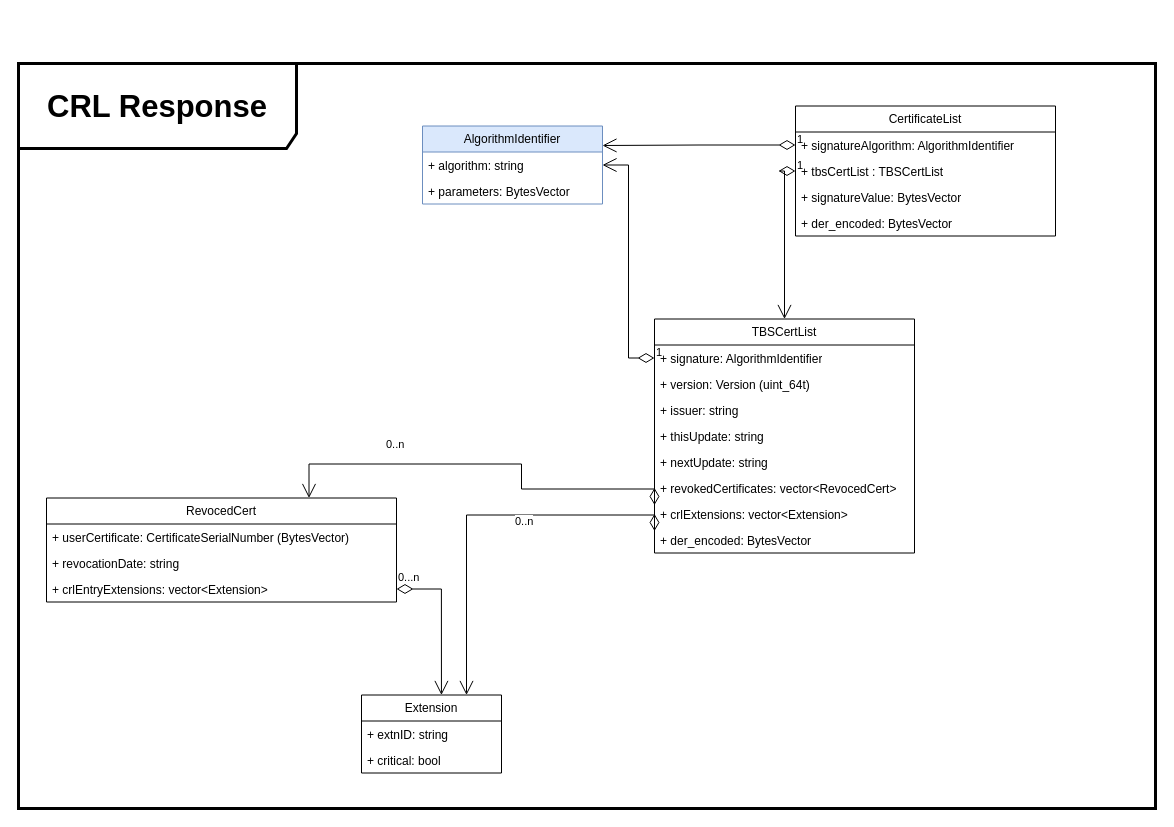
Above: page "CRL Response" (7 of 10) of basic_struct_draft.drawio in 3036662/pdf_scp (draw.io), before the change. Source tidied: cells renumbered, new cells numbered last; positions are measured from the earlier drawing's top-left corner, leaving out a move shared by most shapes. Both pictures are drawn from the tidied source at 100%, with x=0, y=0 at pixel (18, 63).
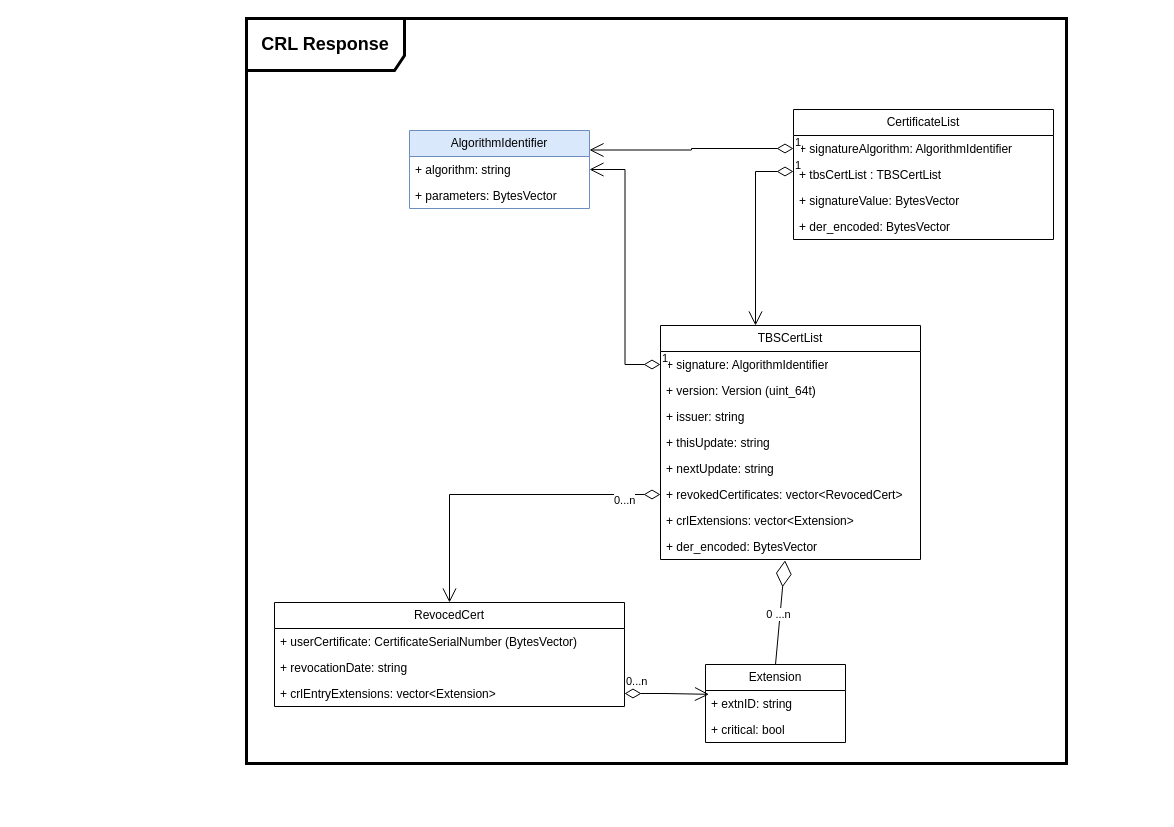
The same page after the edit.

Commit message:
Scale CRL Response to A4

What changed in the source:
```diff
@@
-    <mxCell id="2" value="&lt;font style=&quot;font-size: 31px;&quot;&gt;&lt;b&gt;CRL Response&lt;/b&gt;&lt;/font&gt;" style="shape=umlFrame;whiteSpace=wrap;html=1;width=278;height=85;strokeWidth=3;" parent="1" vertex="1">
-      <mxGeometry width="1137" height="745" as="geometry" />
+    <mxCell id="2" value="&lt;font size=&quot;1&quot;&gt;&lt;b style=&quot;font-size: 18px;&quot;&gt;CRL Response&lt;/b&gt;&lt;/font&gt;" style="shape=umlFrame;whiteSpace=wrap;html=1;width=158;height=52;strokeWidth=3;" parent="1" vertex="1">
+      <mxGeometry x="228" y="-45" width="820" height="745" as="geometry" />
     </mxCell>
     <mxCell id="3" value="AlgorithmIdentifier" style="swimlane;fontStyle=0;horizontal=1;startSize=26;fillColor=#dae8fc;whiteSpace=wrap;html=1;strokeColor=#6c8ebf;" parent="1" vertex="1">
-      <mxGeometry x="404" y="62.5" width="180" height="78" as="geometry" />
+      <mxGeometry x="391" y="67" width="180" height="78" as="geometry" />
     </mxCell>
-    <mxCell id="4" value="CertificateList" style="swimlane;fontStyle=0;horizontal=1;startSize=26;fillColor=none;whiteSpace=wrap;html=1;" parent="1" vertex="1">
-      <mxGeometry x="777" y="42.5" width="260" height="130" as="geometry" />
-    </mxCell>
-    <mxCell id="5" value="TBSCertList" style="swimlane;fontStyle=0;horizontal=1;startSize=26;fillColor=none;whiteSpace=wrap;html=1;" parent="1" vertex="1">
-      <mxGeometry x="636" y="255.5" width="260" height="234" as="geometry" />
-    </mxCell>
-    <mxCell id="6" value="1" style="endArrow=open;html=1;endSize=12;startArrow=diamondThin;startSize=14;startFill=0;edgeStyle=orthogonalEdgeStyle;align=left;verticalAlign=bottom;rounded=0;" parent="1" edge="1" source="17" target="5">
-      <mxGeometry x="-1" y="3" relative="1" as="geometry" />
-    </mxCell>
-    <mxCell id="7" value="1" style="endArrow=open;html=1;endSize=12;startArrow=diamondThin;startSize=14;startFill=0;edgeStyle=orthogonalEdgeStyle;align=left;verticalAlign=bottom;rounded=0;entryX=1;entryY=0.5;entryDx=0;entryDy=0;" parent="1" edge="1" source="20" target="14">
-      <mxGeometry x="-1" y="3" relative="1" as="geometry" />
-    </mxCell>
-    <mxCell id="8" value="RevocedCert" style="swimlane;fontStyle=0;horizontal=1;startSize=26;fillColor=none;whiteSpace=wrap;html=1;" parent="1" vertex="1">
-      <mxGeometry x="28" y="434.5" width="350" height="104" as="geometry" />
-    </mxCell>
-    <mxCell id="9" value="1" style="endArrow=open;html=1;endSize=12;startArrow=diamondThin;startSize=14;startFill=0;edgeStyle=orthogonalEdgeStyle;align=left;verticalAlign=bottom;rounded=0;entryX=1;entryY=0.25;entryDx=0;entryDy=0;exitX=0;exitY=0.5;exitDx=0;exitDy=0;" parent="1" edge="1" source="16" target="3">
-      <mxGeometry x="-1" y="3" relative="1" as="geometry" />
-    </mxCell>
-    <mxCell id="10" value="0..n" style="endArrow=open;html=1;endSize=12;startArrow=diamondThin;startSize=14;startFill=0;edgeStyle=orthogonalEdgeStyle;align=left;verticalAlign=bottom;rounded=0;exitX=0;exitY=0.5;exitDx=0;exitDy=0;entryX=0.75;entryY=0;entryDx=0;entryDy=0;" parent="1" edge="1" source="25" target="8">
-      <mxGeometry x="0.46" y="-11" relative="1" as="geometry">
-        <Array as="points">
-          <mxPoint x="503" y="425.5" />
-          <mxPoint x="503" y="400.5" />
-          <mxPoint x="291" y="400.5" />
-        </Array>
-      </mxGeometry>
-    </mxCell>
-    <mxCell id="11" value="Extension" style="swimlane;fontStyle=0;horizontal=1;startSize=26;fillColor=none;whiteSpace=wrap;html=1;" parent="1" vertex="1">
-      <mxGeometry x="343" y="631.5" width="140" height="78" as="geometry" />
-    </mxCell>
-    <mxCell id="12" value="0..n" style="endArrow=open;html=1;endSize=12;startArrow=diamondThin;startSize=14;startFill=0;edgeStyle=orthogonalEdgeStyle;align=left;verticalAlign=bottom;rounded=0;entryX=0.75;entryY=0;entryDx=0;entryDy=0;exitX=0;exitY=0.5;exitDx=0;exitDy=0;" parent="1" edge="1" source="26" target="11">
-      <mxGeometry x="-0.23" y="15" relative="1" as="geometry">
-        <Array as="points">
-          <mxPoint x="448" y="451.5" />
-        </Array>
-      </mxGeometry>
-    </mxCell>
-    <mxCell id="13" value="0...n" style="endArrow=open;html=1;endSize=12;startArrow=diamondThin;startSize=14;startFill=0;edgeStyle=orthogonalEdgeStyle;align=left;verticalAlign=bottom;rounded=0;entryX=0.571;entryY=0;entryDx=0;entryDy=0;entryPerimeter=0;exitX=1;exitY=0.5;exitDx=0;exitDy=0;" parent="1" edge="1" source="30" target="11">
-      <mxGeometry x="-1" y="3" relative="1" as="geometry" />
-    </mxCell>
-    <mxCell id="14" value="+ algorithm: string" style="text;strokeColor=none;fillColor=none;align=left;verticalAlign=top;spacingLeft=4;spacingRight=4;overflow=hidden;points=[[0,0.5],[1,0.5]];portConstraint=eastwest;whiteSpace=wrap;html=1;" parent="1" vertex="1">
-      <mxGeometry x="404" y="88.5" width="180" height="26" as="geometry" />
+    <mxCell id="14" value="+ algorithm: string" style="text;strokeColor=none;fillColor=none;align=left;verticalAlign=top;spacingLeft=4;spacingRight=4;overflow=hidden;points=[[0,0.5],[1,0.5]];portConstraint=eastwest;whiteSpace=wrap;html=1;" parent="3" vertex="1">
+      <mxGeometry y="26" width="180" height="26" as="geometry" />
     </mxCell>
-    <mxCell id="15" value="+ parameters: BytesVector" style="text;strokeColor=none;fillColor=none;align=left;verticalAlign=top;spacingLeft=4;spacingRight=4;overflow=hidden;whiteSpace=wrap;html=1;" parent="1" vertex="1">
-      <mxGeometry x="404" y="114.5" width="180" height="26" as="geometry" />
+    <mxCell id="15" value="+ parameters: BytesVector" style="text;strokeColor=none;fillColor=none;align=left;verticalAlign=top;spacingLeft=4;spacingRight=4;overflow=hidden;whiteSpace=wrap;html=1;" parent="3" vertex="1">
+      <mxGeometry y="52" width="180" height="26" as="geometry" />
     </mxCell>
+    <mxCell id="4" value="CertificateList" style="swimlane;fontStyle=0;horizontal=1;startSize=26;fillColor=none;whiteSpace=wrap;html=1;" parent="1" vertex="1">
+      <mxGeometry x="775" y="46" width="260" height="130" as="geometry" />
+    </mxCell>
-    <mxCell id="16" value="+ signatureAlgorithm: AlgorithmIdentifier" style="text;strokeColor=none;fillColor=none;align=left;verticalAlign=top;spacingLeft=4;spacingRight=4;overflow=hidden;points=[[0,0.5],[1,0.5]];portConstraint=eastwest;whiteSpace=wrap;html=1;" parent="1" vertex="1">
-      <mxGeometry x="777" y="68.5" width="260" height="26" as="geometry" />
+    <mxCell id="16" value="+ signatureAlgorithm: AlgorithmIdentifier" style="text;strokeColor=none;fillColor=none;align=left;verticalAlign=top;spacingLeft=4;spacingRight=4;overflow=hidden;points=[[0,0.5],[1,0.5]];portConstraint=eastwest;whiteSpace=wrap;html=1;" parent="4" vertex="1">
+      <mxGeometry y="26" width="260" height="26" as="geometry" />
     </mxCell>
-    <mxCell id="17" value="+ tbsCertList : TBSCertList" style="text;strokeColor=none;fillColor=none;align=left;verticalAlign=top;spacingLeft=4;spacingRight=4;overflow=hidden;points=[[0,0.5],[1,0.5]];portConstraint=eastwest;whiteSpace=wrap;html=1;" parent="1" vertex="1">
-      <mxGeometry x="777" y="94.5" width="260" height="26" as="geometry" />
+    <mxCell id="17" value="+ tbsCertList : TBSCertList" style="text;strokeColor=none;fillColor=none;align=left;verticalAlign=top;spacingLeft=4;spacingRight=4;overflow=hidden;points=[[0,0.5],[1,0.5]];portConstraint=eastwest;whiteSpace=wrap;html=1;" parent="4" vertex="1">
+      <mxGeometry y="52" width="260" height="26" as="geometry" />
     </mxCell>
-    <mxCell id="18" value="+ signatureValue: BytesVector" style="text;strokeColor=none;fillColor=none;align=left;verticalAlign=top;spacingLeft=4;spacingRight=4;overflow=hidden;whiteSpace=wrap;html=1;" parent="1" vertex="1">
-      <mxGeometry x="777" y="120.5" width="260" height="26" as="geometry" />
+    <mxCell id="18" value="+ signatureValue: BytesVector" style="text;strokeColor=none;fillColor=none;align=left;verticalAlign=top;spacingLeft=4;spacingRight=4;overflow=hidden;whiteSpace=wrap;html=1;" parent="4" vertex="1">
+      <mxGeometry y="78" width="260" height="26" as="geometry" />
     </mxCell>
-    <mxCell id="19" value="+ der_encoded: BytesVector" style="text;strokeColor=none;fillColor=none;align=left;verticalAlign=top;spacingLeft=4;spacingRight=4;overflow=hidden;whiteSpace=wrap;html=1;" parent="1" vertex="1">
-      <mxGeometry x="777" y="146.5" width="260" height="26" as="geometry" />
+    <mxCell id="19" value="+ der_encoded: BytesVector" style="text;strokeColor=none;fillColor=none;align=left;verticalAlign=top;spacingLeft=4;spacingRight=4;overflow=hidden;whiteSpace=wrap;html=1;" parent="4" vertex="1">
+      <mxGeometry y="104" width="260" height="26" as="geometry" />
     </mxCell>
+    <mxCell id="5" value="TBSCertList" style="swimlane;fontStyle=0;horizontal=1;startSize=26;fillColor=none;whiteSpace=wrap;html=1;" parent="1" vertex="1">
+      <mxGeometry x="642" y="262" width="260" height="234" as="geometry" />
+    </mxCell>
-    <mxCell id="20" value="+ signature: AlgorithmIdentifier" style="text;strokeColor=none;fillColor=none;align=left;verticalAlign=top;spacingLeft=4;spacingRight=4;overflow=hidden;points=[[0,0.5],[1,0.5]];portConstraint=eastwest;whiteSpace=wrap;html=1;" parent="1" vertex="1">
-      <mxGeometry x="636" y="281.5" width="260" height="26" as="geometry" />
+    <mxCell id="20" value="+ signature: AlgorithmIdentifier" style="text;strokeColor=none;fillColor=none;align=left;verticalAlign=top;spacingLeft=4;spacingRight=4;overflow=hidden;points=[[0,0.5],[1,0.5]];portConstraint=eastwest;whiteSpace=wrap;html=1;" parent="5" vertex="1">
+      <mxGeometry y="26" width="260" height="26" as="geometry" />
     </mxCell>
-    <mxCell id="21" value="+ version: Version (uint_64t)" style="text;strokeColor=none;fillColor=none;align=left;verticalAlign=top;spacingLeft=4;spacingRight=4;overflow=hidden;whiteSpace=wrap;html=1;" parent="1" vertex="1">
-      <mxGeometry x="636" y="307.5" width="260" height="26" as="geometry" />
+    <mxCell id="21" value="+ version: Version (uint_64t)" style="text;strokeColor=none;fillColor=none;align=left;verticalAlign=top;spacingLeft=4;spacingRight=4;overflow=hidden;whiteSpace=wrap;html=1;" parent="5" vertex="1">
+      <mxGeometry y="52" width="260" height="26" as="geometry" />
     </mxCell>
-    <mxCell id="22" value="+ issuer: string" style="text;strokeColor=none;fillColor=none;align=left;verticalAlign=top;spacingLeft=4;spacingRight=4;overflow=hidden;whiteSpace=wrap;html=1;" parent="1" vertex="1">
-      <mxGeometry x="636" y="333.5" width="260" height="26" as="geometry" />
+    <mxCell id="22" value="+ issuer: string" style="text;strokeColor=none;fillColor=none;align=left;verticalAlign=top;spacingLeft=4;spacingRight=4;overflow=hidden;whiteSpace=wrap;html=1;" parent="5" vertex="1">
+      <mxGeometry y="78" width="260" height="26" as="geometry" />
     </mxCell>
-    <mxCell id="23" value="+ thisUpdate: string" style="text;strokeColor=none;fillColor=none;align=left;verticalAlign=top;spacingLeft=4;spacingRight=4;overflow=hidden;whiteSpace=wrap;html=1;" parent="1" vertex="1">
-      <mxGeometry x="636" y="359.5" width="260" height="26" as="geometry" />
+    <mxCell id="23" value="+ thisUpdate: string" style="text;strokeColor=none;fillColor=none;align=left;verticalAlign=top;spacingLeft=4;spacingRight=4;overflow=hidden;whiteSpace=wrap;html=1;" parent="5" vertex="1">
+      <mxGeometry y="104" width="260" height="26" as="geometry" />
     </mxCell>
-    <mxCell id="24" value="+ nextUpdate: string" style="text;strokeColor=none;fillColor=none;align=left;verticalAlign=top;spacingLeft=4;spacingRight=4;overflow=hidden;whiteSpace=wrap;html=1;" parent="1" vertex="1">
-      <mxGeometry x="636" y="385.5" width="260" height="26" as="geometry" />
+    <mxCell id="24" value="+ nextUpdate: string" style="text;strokeColor=none;fillColor=none;align=left;verticalAlign=top;spacingLeft=4;spacingRight=4;overflow=hidden;whiteSpace=wrap;html=1;" parent="5" vertex="1">
+      <mxGeometry y="130" width="260" height="26" as="geometry" />
     </mxCell>
-    <mxCell id="25" value="+ revokedCertificates: vector&amp;lt;RevocedCert&amp;gt;" style="text;strokeColor=none;fillColor=none;align=left;verticalAlign=top;spacingLeft=4;spacingRight=4;overflow=hidden;points=[[0,0.5],[1,0.5]];portConstraint=eastwest;whiteSpace=wrap;html=1;" parent="1" vertex="1">
-      <mxGeometry x="636" y="411.5" width="260" height="26" as="geometry" />
+    <mxCell id="25" value="+ revokedCertificates: vector&amp;lt;RevocedCert&amp;gt;" style="text;strokeColor=none;fillColor=none;align=left;verticalAlign=top;spacingLeft=4;spacingRight=4;overflow=hidden;points=[[0,0.5],[1,0.5]];portConstraint=eastwest;whiteSpace=wrap;html=1;" parent="5" vertex="1">
+      <mxGeometry y="156" width="260" height="26" as="geometry" />
     </mxCell>
-    <mxCell id="26" value="+ crlExtensions: vector&amp;lt;Extension&amp;gt;" style="text;strokeColor=none;fillColor=none;align=left;verticalAlign=top;spacingLeft=4;spacingRight=4;overflow=hidden;points=[[0,0.5],[1,0.5]];portConstraint=eastwest;whiteSpace=wrap;html=1;" parent="1" vertex="1">
-      <mxGeometry x="636" y="437.5" width="260" height="26" as="geometry" />
+    <mxCell id="26" value="+ crlExtensions: vector&amp;lt;Extension&amp;gt;" style="text;strokeColor=none;fillColor=none;align=left;verticalAlign=top;spacingLeft=4;spacingRight=4;overflow=hidden;points=[[0,0.5],[1,0.5]];portConstraint=eastwest;whiteSpace=wrap;html=1;" parent="5" vertex="1">
+      <mxGeometry y="182" width="260" height="26" as="geometry" />
     </mxCell>
-    <mxCell id="27" value="+ der_encoded: BytesVector" style="text;strokeColor=none;fillColor=none;align=left;verticalAlign=top;spacingLeft=4;spacingRight=4;overflow=hidden;points=[[0,0.5],[1,0.5]];portConstraint=eastwest;whiteSpace=wrap;html=1;" parent="1" vertex="1">
-      <mxGeometry x="636" y="463.5" width="260" height="26" as="geometry" />
+    <mxCell id="27" value="+ der_encoded: BytesVector" style="text;strokeColor=none;fillColor=none;align=left;verticalAlign=top;spacingLeft=4;spacingRight=4;overflow=hidden;points=[[0,0.5],[1,0.5]];portConstraint=eastwest;whiteSpace=wrap;html=1;" parent="5" vertex="1">
+      <mxGeometry y="208" width="260" height="26" as="geometry" />
     </mxCell>
+    <mxCell id="6" value="1" style="endArrow=open;html=1;endSize=12;startArrow=diamondThin;startSize=14;startFill=0;edgeStyle=orthogonalEdgeStyle;align=left;verticalAlign=bottom;rounded=0;" parent="1" edge="1" source="17" target="5">
+      <mxGeometry x="-1" y="3" relative="1" as="geometry">
+        <Array as="points">
+          <mxPoint x="737" y="108" />
+        </Array>
+      </mxGeometry>
+    </mxCell>
+    <mxCell id="7" value="1" style="endArrow=open;html=1;endSize=12;startArrow=diamondThin;startSize=14;startFill=0;edgeStyle=orthogonalEdgeStyle;align=left;verticalAlign=bottom;rounded=0;entryX=1;entryY=0.5;entryDx=0;entryDy=0;" parent="1" edge="1" source="20" target="14">
+      <mxGeometry x="-1" y="3" relative="1" as="geometry" />
+    </mxCell>
+    <mxCell id="8" value="RevocedCert" style="swimlane;fontStyle=0;horizontal=1;startSize=26;fillColor=none;whiteSpace=wrap;html=1;" parent="1" vertex="1">
+      <mxGeometry x="256" y="539" width="350" height="104" as="geometry" />
+    </mxCell>
-    <mxCell id="28" value="+ userCertificate: CertificateSerialNumber (BytesVector)" style="text;strokeColor=none;fillColor=none;align=left;verticalAlign=top;spacingLeft=4;spacingRight=4;overflow=hidden;whiteSpace=wrap;html=1;" parent="1" vertex="1">
-      <mxGeometry x="28" y="460.5" width="350" height="26" as="geometry" />
+    <mxCell id="28" value="+ userCertificate: CertificateSerialNumber (BytesVector)" style="text;strokeColor=none;fillColor=none;align=left;verticalAlign=top;spacingLeft=4;spacingRight=4;overflow=hidden;whiteSpace=wrap;html=1;" parent="8" vertex="1">
+      <mxGeometry y="26" width="350" height="26" as="geometry" />
     </mxCell>
-    <mxCell id="29" value="+ revocationDate: string" style="text;strokeColor=none;fillColor=none;align=left;verticalAlign=top;spacingLeft=4;spacingRight=4;overflow=hidden;whiteSpace=wrap;html=1;" parent="1" vertex="1">
-      <mxGeometry x="28" y="486.5" width="350" height="26" as="geometry" />
+    <mxCell id="29" value="+ revocationDate: string" style="text;strokeColor=none;fillColor=none;align=left;verticalAlign=top;spacingLeft=4;spacingRight=4;overflow=hidden;whiteSpace=wrap;html=1;" parent="8" vertex="1">
+      <mxGeometry y="52" width="350" height="26" as="geometry" />
     </mxCell>
-    <mxCell id="30" value="+ crlEntryExtensions: vector&amp;lt;Extension&amp;gt;" style="text;strokeColor=none;fillColor=none;align=left;verticalAlign=top;spacingLeft=4;spacingRight=4;overflow=hidden;points=[[0,0.5],[1,0.5]];portConstraint=eastwest;whiteSpace=wrap;html=1;" parent="1" vertex="1">
-      <mxGeometry x="28" y="512.5" width="350" height="26" as="geometry" />
+    <mxCell id="30" value="+ crlEntryExtensions: vector&amp;lt;Extension&amp;gt;" style="text;strokeColor=none;fillColor=none;align=left;verticalAlign=top;spacingLeft=4;spacingRight=4;overflow=hidden;points=[[0,0.5],[1,0.5]];portConstraint=eastwest;whiteSpace=wrap;html=1;" parent="8" vertex="1">
+      <mxGeometry y="78" width="350" height="26" as="geometry" />
     </mxCell>
+    <mxCell id="9" value="1" style="endArrow=open;html=1;endSize=12;startArrow=diamondThin;startSize=14;startFill=0;edgeStyle=orthogonalEdgeStyle;align=left;verticalAlign=bottom;rounded=0;entryX=1;entryY=0.25;entryDx=0;entryDy=0;exitX=0;exitY=0.5;exitDx=0;exitDy=0;" parent="1" edge="1" source="16" target="3">
+      <mxGeometry x="-1" y="3" relative="1" as="geometry" />
+    </mxCell>
+    <mxCell id="11" value="Extension" style="swimlane;fontStyle=0;horizontal=1;startSize=26;fillColor=none;whiteSpace=wrap;html=1;" parent="1" vertex="1">
+      <mxGeometry x="687" y="601" width="140" height="78" as="geometry" />
+    </mxCell>
-    <mxCell id="31" value="+ extnID: string" style="text;strokeColor=none;fillColor=none;align=left;verticalAlign=top;spacingLeft=4;spacingRight=4;overflow=hidden;points=[[0,0.5],[1,0.5]];portConstraint=eastwest;whiteSpace=wrap;html=1;" parent="1" vertex="1">
-      <mxGeometry x="343" y="657.5" width="140" height="26" as="geometry" />
+    <mxCell id="31" value="+ extnID: string" style="text;strokeColor=none;fillColor=none;align=left;verticalAlign=top;spacingLeft=4;spacingRight=4;overflow=hidden;points=[[0,0.5],[1,0.5]];portConstraint=eastwest;whiteSpace=wrap;html=1;" parent="11" vertex="1">
+      <mxGeometry y="26" width="140" height="26" as="geometry" />
     </mxCell>
-    <mxCell id="32" value="+ critical: bool" style="text;strokeColor=none;fillColor=none;align=left;verticalAlign=top;spacingLeft=4;spacingRight=4;overflow=hidden;whiteSpace=wrap;html=1;" parent="1" vertex="1">
-      <mxGeometry x="343" y="683.5" width="140" height="26" as="geometry" />
+    <mxCell id="32" value="+ critical: bool" style="text;strokeColor=none;fillColor=none;align=left;verticalAlign=top;spacingLeft=4;spacingRight=4;overflow=hidden;whiteSpace=wrap;html=1;" parent="11" vertex="1">
+      <mxGeometry y="52" width="140" height="26" as="geometry" />
     </mxCell>
+    <mxCell id="13" value="0...n" style="endArrow=open;html=1;endSize=12;startArrow=diamondThin;startSize=14;startFill=0;edgeStyle=orthogonalEdgeStyle;align=left;verticalAlign=bottom;rounded=0;entryX=0.025;entryY=0.147;entryDx=0;entryDy=0;entryPerimeter=0;exitX=1;exitY=0.5;exitDx=0;exitDy=0;" parent="1" edge="1" source="30" target="31">
+      <mxGeometry x="-1" y="3" relative="1" as="geometry" />
+    </mxCell>
+    <mxCell id="10" value="0...n" style="endArrow=open;html=1;endSize=12;startArrow=diamondThin;startSize=14;startFill=0;edgeStyle=orthogonalEdgeStyle;align=left;verticalAlign=bottom;rounded=0;entryX=0.5;entryY=0;entryDx=0;entryDy=0;" parent="1" edge="1" source="25" target="8">
+      <mxGeometry x="-0.7" y="15" relative="1" as="geometry" />
+    </mxCell>
+    <mxCell id="33" style="endArrow=diamondThin;endFill=0;endSize=24;html=1;rounded=0;entryX=0.479;entryY=1.032;entryDx=0;entryDy=0;entryPerimeter=0;exitX=0.5;exitY=0;exitDx=0;exitDy=0;" parent="1" edge="1" source="11" target="27">
+      <mxGeometry relative="1" as="geometry" />
+    </mxCell>
+    <mxCell id="34" value="0 ...n" style="edgeLabel;html=1;align=center;verticalAlign=middle;" parent="33" vertex="1">
+      <mxGeometry x="-0.02" y="2" relative="1" as="geometry" />
+    </mxCell>
```
